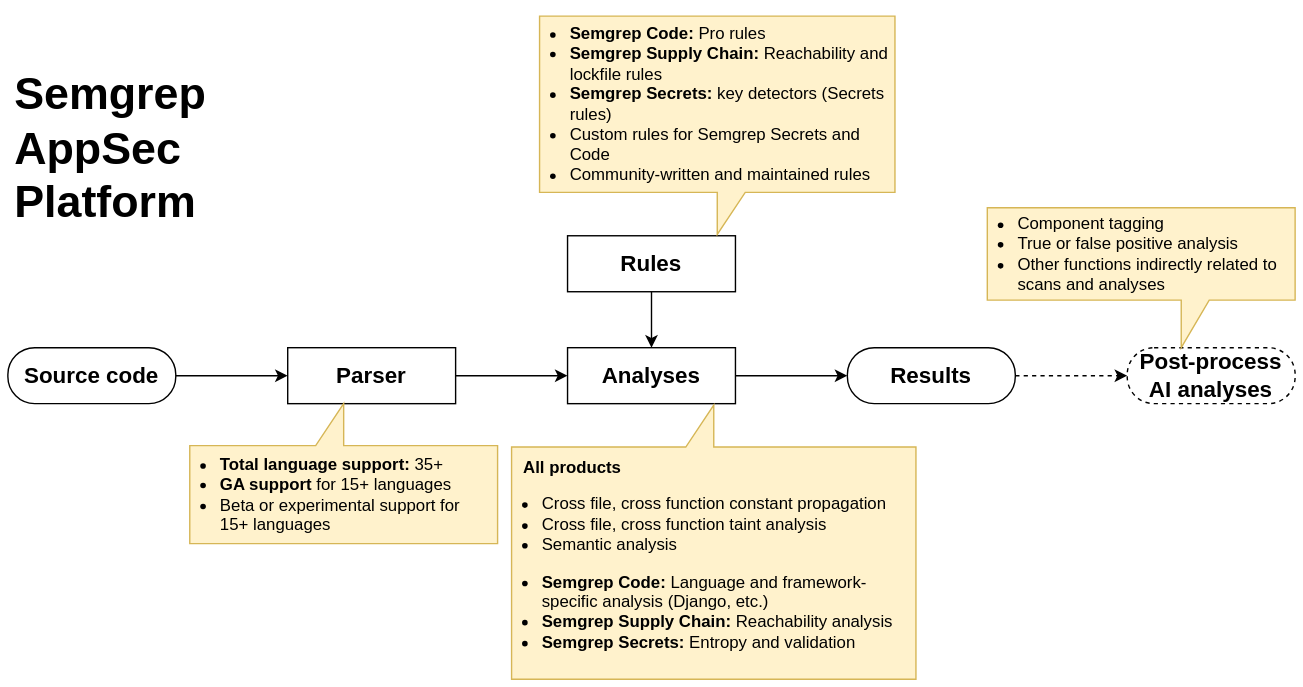
This is static/img/scan-process-sap.svg from semgrep/semgrep-docs, a draw.io export, as it was before one commit. Source tidied: cells renumbered, new cells last; positions are measured from the earlier drawing's top-left corner, leaving out a move shared by most shapes.
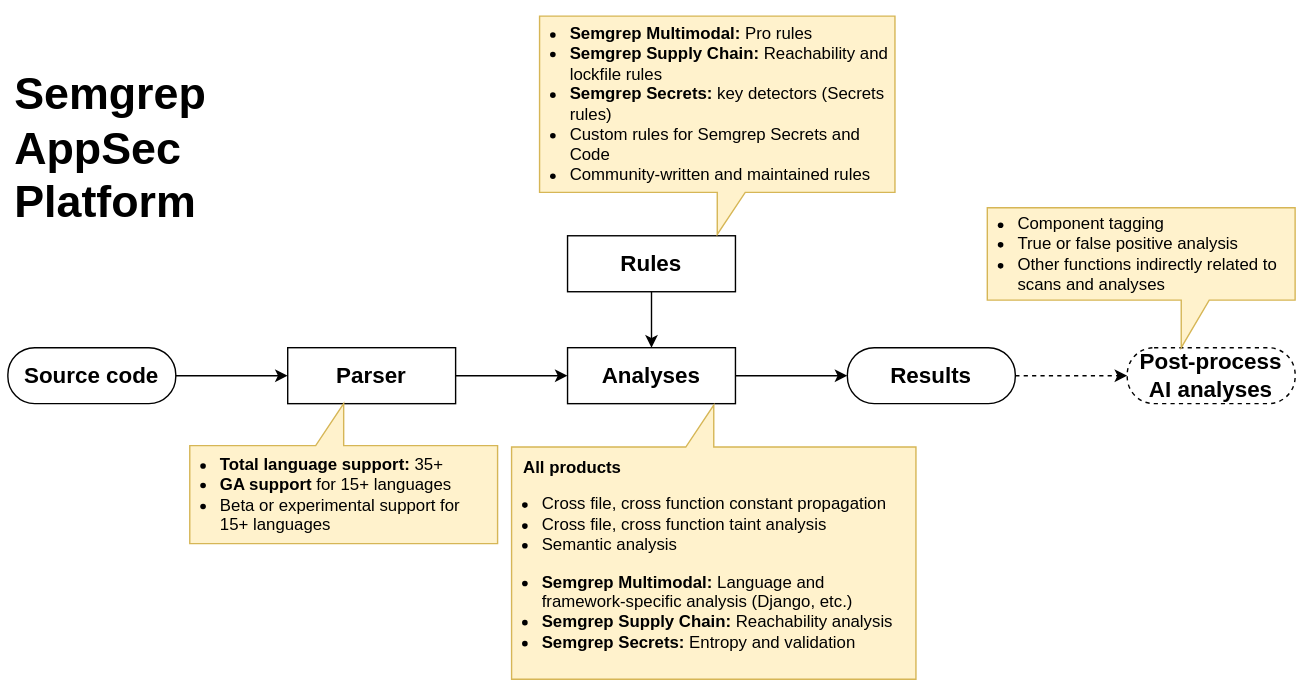
Above is the later version.

What changed in the source:
```diff
@@ -32,10 +32,10 @@
     <mxCell id="11" style="endArrow=classic;html=1;rounded=0;exitX=0.5;exitY=1;exitDx=0;exitDy=0;entryX=0.5;entryY=0;entryDx=0;entryDy=0;" parent="1" edge="1" source="10" target="7">
       <mxGeometry relative="1" as="geometry" />
     </mxCell>
-    <mxCell id="12" value="&lt;ul&gt;&lt;li&gt;&lt;b&gt;Semgrep Code:&lt;/b&gt; Pro rules&lt;/li&gt;&lt;li&gt;&lt;b&gt;Semgrep Supply Chain:&lt;/b&gt; Reachability and lockfile rules&lt;/li&gt;&lt;li&gt;&lt;b&gt;Semgrep Secrets:&lt;/b&gt; key detectors (Secrets rules)&lt;/li&gt;&lt;li&gt;Custom rules for Semgrep Secrets and Code&lt;/li&gt;&lt;li&gt;Community-written and maintained rules&lt;/li&gt;&lt;/ul&gt;" style="shape=callout;whiteSpace=wrap;html=1;perimeter=calloutPerimeter;rounded=0;align=left;verticalAlign=middle;labelPadding=0;spacing=0;spacingLeft=-18;fillColor=#fff2cc;strokeColor=#d6b656;" parent="1" vertex="1">
+    <mxCell id="12" value="&lt;ul&gt;&lt;li&gt;&lt;b&gt;Semgrep Multimodal:&lt;/b&gt; Pro rules&lt;/li&gt;&lt;li&gt;&lt;b&gt;Semgrep Supply Chain:&lt;/b&gt; Reachability and lockfile rules&lt;/li&gt;&lt;li&gt;&lt;b&gt;Semgrep Secrets:&lt;/b&gt; key detectors (Secrets rules)&lt;/li&gt;&lt;li&gt;Custom rules for Semgrep Secrets and Code&lt;/li&gt;&lt;li&gt;Community-written and maintained rules&lt;/li&gt;&lt;/ul&gt;" style="shape=callout;whiteSpace=wrap;html=1;perimeter=calloutPerimeter;rounded=0;align=left;verticalAlign=middle;labelPadding=0;spacing=0;spacingLeft=-18;fillColor=#fff2cc;strokeColor=#d6b656;" parent="1" vertex="1">
       <mxGeometry x="380" width="254" height="156" as="geometry" />
     </mxCell>
-    <mxCell id="13" value="&lt;span style=&quot;background-color: initial;&quot;&gt;&amp;nbsp; &amp;nbsp; &amp;nbsp; &amp;nbsp; &lt;b&gt;All products&lt;/b&gt;&lt;/span&gt;&lt;br&gt;&lt;ul&gt;&lt;li&gt;Cross file, cross function constant propagation&lt;/li&gt;&lt;li&gt;Cross file, cross function taint analysis&lt;/li&gt;&lt;li&gt;&lt;span style=&quot;background-color: initial;&quot;&gt;Semantic analysis&lt;/span&gt;&lt;/li&gt;&lt;/ul&gt;&lt;div&gt;&lt;ul&gt;&lt;li&gt;&lt;b&gt;Semgrep Code:&lt;/b&gt; Language and framework-specific analysis (Django, etc.)&lt;/li&gt;&lt;li&gt;&lt;b&gt;Semgrep Supply Chain:&lt;/b&gt; Reachability analysis&lt;/li&gt;&lt;li&gt;&lt;b&gt;Semgrep Secrets:&lt;/b&gt; Entropy and validation&lt;/li&gt;&lt;/ul&gt;&lt;/div&gt;" style="shape=callout;whiteSpace=wrap;html=1;perimeter=calloutPerimeter;rounded=0;align=left;verticalAlign=middle;labelPadding=0;spacing=0;spacingLeft=-18;direction=west;spacingRight=8;fillColor=#fff2cc;strokeColor=#d6b656;" parent="1" vertex="1">
+    <mxCell id="13" value="&lt;span style=&quot;background-color: initial;&quot;&gt;&amp;nbsp; &amp;nbsp; &amp;nbsp; &amp;nbsp; &lt;b&gt;All products&lt;/b&gt;&lt;/span&gt;&lt;br&gt;&lt;ul&gt;&lt;li&gt;Cross file, cross function constant propagation&lt;/li&gt;&lt;li&gt;Cross file, cross function taint analysis&lt;/li&gt;&lt;li&gt;&lt;span style=&quot;background-color: initial;&quot;&gt;Semantic analysis&lt;/span&gt;&lt;/li&gt;&lt;/ul&gt;&lt;div&gt;&lt;ul&gt;&lt;li&gt;&lt;b&gt;Semgrep Multimodal:&lt;/b&gt; Language and framework-specific analysis (Django, etc.)&lt;/li&gt;&lt;li&gt;&lt;b&gt;Semgrep Supply Chain:&lt;/b&gt; Reachability analysis&lt;/li&gt;&lt;li&gt;&lt;b&gt;Semgrep Secrets:&lt;/b&gt; Entropy and validation&lt;/li&gt;&lt;/ul&gt;&lt;/div&gt;" style="shape=callout;whiteSpace=wrap;html=1;perimeter=calloutPerimeter;rounded=0;align=left;verticalAlign=middle;labelPadding=0;spacing=0;spacingLeft=-18;direction=west;spacingRight=8;fillColor=#fff2cc;strokeColor=#d6b656;" parent="1" vertex="1">
       <mxGeometry x="360" y="278" width="289" height="196" as="geometry" />
     </mxCell>
     <mxCell id="14" value="&lt;ul&gt;&lt;li&gt;&lt;b&gt;Total language support: &lt;/b&gt;35+&lt;/li&gt;&lt;li&gt;&lt;b&gt;GA support&lt;/b&gt; for 15+ languages&lt;/li&gt;&lt;li&gt;Beta or experimental support for 15+ languages&amp;nbsp;&lt;/li&gt;&lt;/ul&gt;" style="shape=callout;whiteSpace=wrap;html=1;perimeter=calloutPerimeter;rounded=0;align=left;verticalAlign=middle;labelPadding=0;spacing=0;spacingLeft=-18;direction=west;fillColor=#fff2cc;strokeColor=#d6b656;spacingRight=10;" parent="1" vertex="1">
```
